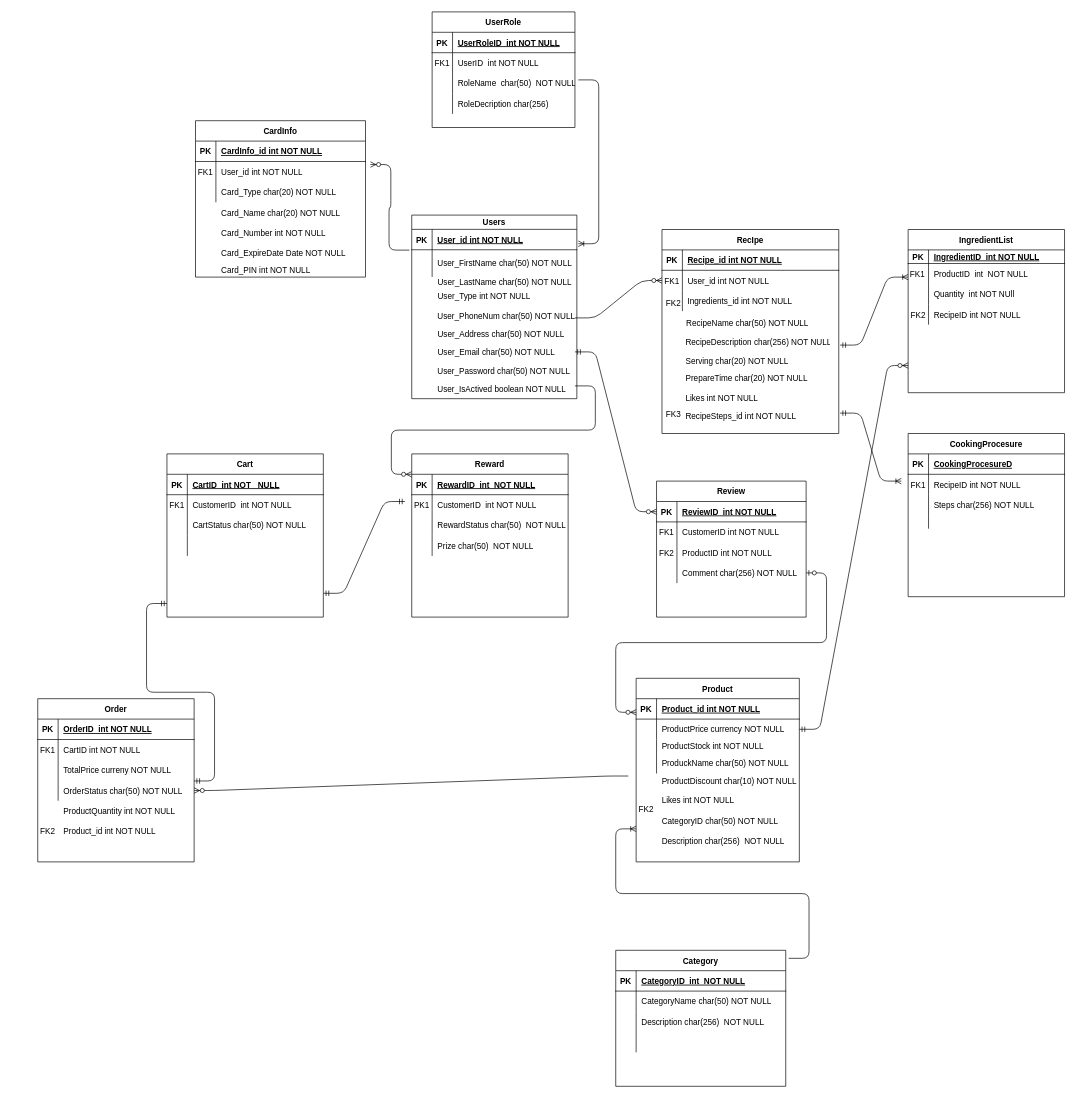
The draw.io diagram page "Page-1" (1 of 2) of ERD.drawio in Wavergg/721SoftwareEngineering, before the edit. Source tidied: cells renumbered, new cells numbered last; positions are measured from the earlier drawing's top-left corner, leaving out a move shared by most shapes. Both pictures are drawn from the tidied source at 68%, with x=0, y=0 at pixel (37, 12).
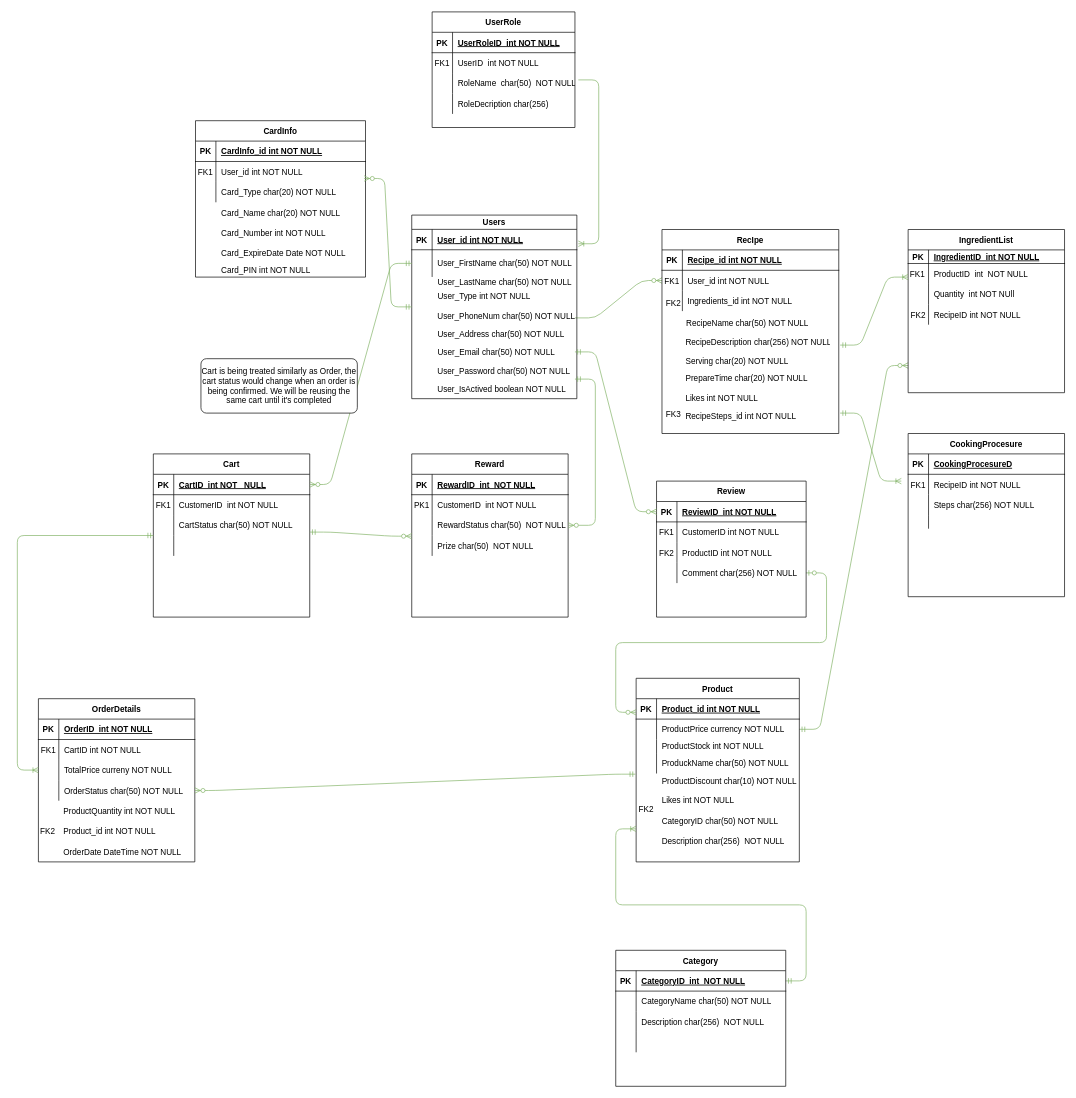
The same diagram, later.

The change refers to these unchanged cells:
```xml
<mxCell id="7" style="shape=partialRectangle;fillColor=none;points=[[0,0.5],[1,0.5]];portConstraint=eastwest;top=0;left=0;right=0;bottom=0;" parent="3" vertex="1">
  <mxGeometry y="60" width="250" height="30" as="geometry" />
</mxCell>
<mxCell id="10" style="shape=partialRectangle;fillColor=none;points=[[0,0.5],[1,0.5]];portConstraint=eastwest;top=0;left=0;right=0;bottom=0;" parent="3" vertex="1">
  <mxGeometry y="90" width="250" height="30" as="geometry" />
</mxCell>
<mxCell id="19" style="group;" parent="1" vertex="1">
  <mxGeometry x="880" y="970" width="270" height="270" as="geometry" />
</mxCell>
<mxCell id="24" style="shape=partialRectangle;fillColor=none;top=0;left=0;bottom=0;right=0;points=[[0,0.5],[1,0.5]];portConstraint=eastwest;" parent="20" vertex="1">
  <mxGeometry y="60" width="240" height="30" as="geometry" />
</mxCell>
<mxCell id="30" style="shape=partialRectangle;fillColor=none;top=0;left=0;bottom=0;right=0;points=[[0,0.5],[1,0.5]];portConstraint=eastwest;" parent="20" vertex="1">
  <mxGeometry y="110" width="240" height="30" as="geometry" />
</mxCell>
<mxCell id="49" style="shape=partialRectangle;fillColor=none;top=0;left=0;bottom=0;right=0;points=[[0,0.5],[1,0.5]];portConstraint=eastwest;" parent="42" vertex="1">
  <mxGeometry y="90" width="230" height="30" as="geometry" />
</mxCell>
<mxCell id="52" style="shape=partialRectangle;fillColor=none;top=0;left=0;bottom=0;right=0;points=[[0,0.5],[1,0.5]];portConstraint=eastwest;" parent="42" vertex="1">
  <mxGeometry y="120" width="230" height="30" as="geometry" />
</mxCell>
<mxCell id="95" style="shape=partialRectangle;fillColor=none;top=0;left=0;bottom=0;right=0;points=[[0,0.5],[1,0.5]];portConstraint=eastwest;" parent="88" vertex="1">
  <mxGeometry y="90" width="230" height="30" as="geometry" />
</mxCell>
<mxCell id="102" style="shape=partialRectangle;fillColor=none;top=0;left=0;bottom=1;right=0;points=[[0,0.5],[1,0.5]];portConstraint=eastwest;" parent="101" vertex="1">
  <mxGeometry y="30" width="230" height="30" as="geometry" />
</mxCell>
<mxCell id="118" value="Users" style="shape=table;startSize=21;childLayout=tableLayout;rowLines=0;fontStyle=1;align=center;" parent="116" vertex="1">
  <mxGeometry width="242.8" height="270" as="geometry" />
</mxCell>
<mxCell id="122" style="shape=partialRectangle;fillColor=none;points=[[0,0.5],[1,0.5]];portConstraint=eastwest;top=0;left=0;right=0;bottom=0;" parent="118" vertex="1">
  <mxGeometry y="51" width="242.8" height="40" as="geometry" />
</mxCell>
<mxCell id="131" value="Category" style="shape=table;startSize=30;childLayout=tableLayout;rowLines=0;fontStyle=1;align=center;" parent="1" vertex="1">
  <mxGeometry x="850" y="1380" width="250" height="200" as="geometry" />
</mxCell>
<mxCell id="132" style="shape=partialRectangle;fillColor=none;top=0;left=0;bottom=1;right=0;points=[[0,0.5],[1,0.5]];portConstraint=eastwest;" parent="131" vertex="1">
  <mxGeometry y="30" width="250" height="30" as="geometry" />
</mxCell>
<mxCell id="153" style="shape=partialRectangle;fillColor=none;points=[[0,0.5],[1,0.5]];portConstraint=eastwest;top=0;left=0;right=0;bottom=0;" parent="149" vertex="1">
  <mxGeometry y="60" width="260" height="30" as="geometry" />
</mxCell>
<mxCell id="183" style="shape=partialRectangle;fillColor=none;top=0;left=0;bottom=1;right=0;points=[[0,0.5],[1,0.5]];portConstraint=eastwest;" parent="182" vertex="1">
  <mxGeometry y="30" width="220" height="30" as="geometry" />
</mxCell>
<mxCell id="192" style="shape=partialRectangle;fillColor=none;top=0;left=0;bottom=0;right=0;points=[[0,0.5],[1,0.5]];portConstraint=eastwest;" parent="182" vertex="1">
  <mxGeometry y="120" width="220" height="30" as="geometry" />
</mxCell>
```

The edit, as a diff of the source:
```diff
@@
-    <mxCell id="17" style="edgeStyle=entityRelationEdgeStyle;fontSize=12;html=1;endArrow=ERzeroToMany;endFill=1;entryX=0;entryY=0.5;entryDx=0;entryDy=0;" parent="1" edge="1" target="153">
+    <mxCell id="17" style="edgeStyle=entityRelationEdgeStyle;fontSize=12;html=1;endArrow=ERzeroToMany;endFill=1;entryX=0;entryY=0.5;entryDx=0;entryDy=0;fillColor=#d5e8d4;strokeColor=#82b366;" parent="1" edge="1" target="153">
       <mxGeometry relative="1" as="geometry">
         <mxPoint x="790" y="450" as="sourcePoint" />
       </mxGeometry>
     </mxCell>
-    <mxCell id="18" style="edgeStyle=entityRelationEdgeStyle;fontSize=12;html=1;endArrow=ERzeroToMany;startArrow=ERmandOne;exitX=1;exitY=0.5;exitDx=0;exitDy=0;" parent="1" edge="1" source="24">
+    <mxCell id="18" style="edgeStyle=entityRelationEdgeStyle;fontSize=12;html=1;endArrow=ERzeroToMany;startArrow=ERmandOne;exitX=1;exitY=0.5;exitDx=0;exitDy=0;fillColor=#d5e8d4;strokeColor=#82b366;" parent="1" edge="1" source="24">
       <mxGeometry relative="1" as="geometry">
         <mxPoint x="1280" y="520" as="targetPoint" />
       </mxGeometry>
     </mxCell>
@@
-    <mxCell id="37" style="edgeStyle=entityRelationEdgeStyle;fontSize=12;html=1;endArrow=ERoneToMany;exitX=1.017;exitY=0.059;exitDx=0;exitDy=0;exitPerimeter=0;" parent="19" edge="1" source="131">
+    <mxCell id="37" style="edgeStyle=entityRelationEdgeStyle;fontSize=12;html=1;endArrow=ERoneToMany;exitX=1;exitY=0.5;exitDx=0;exitDy=0;fillColor=#d5e8d4;strokeColor=#82b366;startArrow=ERmandOne;startFill=0;" parent="19" edge="1" source="132">
       <mxGeometry relative="1" as="geometry">
         <mxPoint y="231.4" as="targetPoint" />
       </mxGeometry>
     </mxCell>
@@
-    <mxCell id="40" style="edgeStyle=entityRelationEdgeStyle;fontSize=12;html=1;endArrow=ERzeroToMany;startArrow=ERzeroToOne;exitX=1;exitY=0.5;exitDx=0;exitDy=0;" parent="19" edge="1" source="192">
+    <mxCell id="40" style="edgeStyle=entityRelationEdgeStyle;fontSize=12;html=1;endArrow=ERzeroToMany;startArrow=ERzeroToOne;exitX=1;exitY=0.5;exitDx=0;exitDy=0;fillColor=#d5e8d4;strokeColor=#82b366;" parent="19" edge="1" source="192">
       <mxGeometry relative="1" as="geometry">
         <mxPoint y="60" as="targetPoint" />
       </mxGeometry>
     </mxCell>
-    <mxCell id="41" style="edgeStyle=entityRelationEdgeStyle;fontSize=12;html=1;endArrow=ERzeroToMany;endFill=1;entryX=1.029;entryY=0.149;entryDx=0;entryDy=0;exitX=-0.014;exitY=0.013;exitDx=0;exitDy=0;exitPerimeter=0;entryPerimeter=0;" parent="1" edge="1" source="122" target="7">
-      <mxGeometry relative="1" as="geometry">
-        <Array as="points">
-          <mxPoint x="490" y="450" />
-        </Array>
-      </mxGeometry>
-    </mxCell>
-    <mxCell id="42" value="Order" style="shape=table;startSize=30;childLayout=tableLayout;rowLines=0;fontStyle=1;align=center;" parent="1" vertex="1">
-      <mxGeometry y="1010" width="230" height="240" as="geometry" />
+    <mxCell id="42" value="OrderDetails" style="shape=table;startSize=30;childLayout=tableLayout;rowLines=0;fontStyle=1;align=center;" parent="1" vertex="1">
+      <mxGeometry x="1" y="1010" width="230" height="240" as="geometry" />
     </mxCell>
@@
-    <mxCell id="83" style="edgeStyle=entityRelationEdgeStyle;fontSize=12;html=1;endArrow=ERoneToMany;startArrow=ERmandOne;" parent="1" edge="1">
+    <mxCell id="83" style="edgeStyle=entityRelationEdgeStyle;fontSize=12;html=1;endArrow=ERoneToMany;startArrow=ERmandOne;fillColor=#d5e8d4;strokeColor=#82b366;" parent="1" edge="1">
       <mxGeometry relative="1" as="geometry">
         <mxPoint x="1180" y="490" as="sourcePoint" />
         <mxPoint x="1280" y="390" as="targetPoint" />
       </mxGeometry>
     </mxCell>
-    <mxCell id="84" style="edgeStyle=entityRelationEdgeStyle;fontSize=12;html=1;endArrow=ERoneToMany;startArrow=ERmandOne;" parent="1" edge="1">
+    <mxCell id="84" style="edgeStyle=entityRelationEdgeStyle;fontSize=12;html=1;endArrow=ERoneToMany;startArrow=ERmandOne;fillColor=#d5e8d4;strokeColor=#82b366;" parent="1" edge="1">
       <mxGeometry relative="1" as="geometry">
         <mxPoint x="1180" y="590" as="sourcePoint" />
         <mxPoint x="1270" y="690" as="targetPoint" />
       </mxGeometry>
     </mxCell>
@@
-    <mxCell id="87" style="edgeStyle=entityRelationEdgeStyle;fontSize=12;html=1;endArrow=ERzeroToMany;endFill=1;" parent="1" edge="1">
-      <mxGeometry relative="1" as="geometry">
-        <mxPoint x="790" y="550" as="sourcePoint" />
-        <mxPoint x="550" y="680" as="targetPoint" />
-      </mxGeometry>
-    </mxCell>
@@
     <mxCell id="101" value="Cart" style="shape=table;startSize=30;childLayout=tableLayout;rowLines=0;fontStyle=1;align=center;" parent="1" vertex="1">
-      <mxGeometry x="190" y="650" width="230" height="240" as="geometry" />
+      <mxGeometry x="170" y="650" width="230" height="240" as="geometry" />
     </mxCell>
@@
-    <mxCell id="114" style="edgeStyle=entityRelationEdgeStyle;fontSize=12;html=1;endArrow=ERmandOne;startArrow=ERmandOne;" parent="1" edge="1">
-      <mxGeometry relative="1" as="geometry">
-        <mxPoint x="420" y="855" as="sourcePoint" />
-        <mxPoint x="540" y="720" as="targetPoint" />
-      </mxGeometry>
-    </mxCell>
-    <mxCell id="115" style="edgeStyle=entityRelationEdgeStyle;fontSize=12;html=1;endArrow=ERmandOne;startArrow=ERmandOne;" parent="1" edge="1">
-      <mxGeometry relative="1" as="geometry">
-        <mxPoint x="230" y="1131" as="sourcePoint" />
-        <mxPoint x="190" y="870" as="targetPoint" />
-      </mxGeometry>
-    </mxCell>
@@
-    <mxCell id="180" style="edgeStyle=entityRelationEdgeStyle;fontSize=12;html=1;endArrow=ERoneToMany;entryX=1.009;entryY=-0.221;entryDx=0;entryDy=0;entryPerimeter=0;" parent="1" edge="1" target="122">
+    <mxCell id="180" style="edgeStyle=entityRelationEdgeStyle;fontSize=12;html=1;endArrow=ERoneToMany;entryX=1.009;entryY=-0.221;entryDx=0;entryDy=0;entryPerimeter=0;fillColor=#d5e8d4;strokeColor=#82b366;" parent="1" edge="1" target="122">
       <mxGeometry relative="1" as="geometry">
         <mxPoint x="795" y="100" as="sourcePoint" />
       </mxGeometry>
     </mxCell>
-    <mxCell id="181" style="edgeStyle=entityRelationEdgeStyle;fontSize=12;html=1;endArrow=ERzeroToMany;endFill=1;entryX=1;entryY=0.5;entryDx=0;entryDy=0;exitX=-0.048;exitY=1.124;exitDx=0;exitDy=0;exitPerimeter=0;" parent="1" edge="1" source="30" target="52">
+    <mxCell id="181" style="edgeStyle=entityRelationEdgeStyle;fontSize=12;html=1;endArrow=ERzeroToMany;endFill=1;entryX=1;entryY=0.5;entryDx=0;entryDy=0;exitX=-0.004;exitY=1.033;exitDx=0;exitDy=0;exitPerimeter=0;startArrow=ERmandOne;startFill=0;fillColor=#d5e8d4;strokeColor=#82b366;" parent="1" edge="1" source="30" target="52">
       <mxGeometry relative="1" as="geometry" />
     </mxCell>
@@
-    <mxCell id="195" style="edgeStyle=entityRelationEdgeStyle;fontSize=12;html=1;endArrow=ERzeroToMany;startArrow=ERmandOne;entryX=0;entryY=0.5;entryDx=0;entryDy=0;" parent="1" edge="1" target="183">
+    <mxCell id="195" style="edgeStyle=entityRelationEdgeStyle;fontSize=12;html=1;endArrow=ERzeroToMany;startArrow=ERmandOne;entryX=0;entryY=0.5;entryDx=0;entryDy=0;fillColor=#d5e8d4;strokeColor=#82b366;" parent="1" edge="1" target="183">
       <mxGeometry relative="1" as="geometry">
         <mxPoint x="790" y="500" as="sourcePoint" />
       </mxGeometry>
     </mxCell>
+    <mxCell id="196" style="edgeStyle=entityRelationEdgeStyle;fontSize=12;html=1;endArrow=ERzeroToMany;startArrow=ERmandOne;entryX=1;entryY=0.5;entryDx=0;entryDy=0;fillColor=#d5e8d4;strokeColor=#82b366;" parent="1" edge="1" target="95">
+      <mxGeometry relative="1" as="geometry">
+        <mxPoint x="790" y="540" as="sourcePoint" />
+      </mxGeometry>
+    </mxCell>
+    <mxCell id="197" style="edgeStyle=entityRelationEdgeStyle;fontSize=12;html=1;endArrow=ERzeroToMany;startArrow=ERmandOne;entryX=0.992;entryY=-0.167;entryDx=0;entryDy=0;entryPerimeter=0;exitX=0;exitY=0.5;exitDx=0;exitDy=0;fillColor=#d5e8d4;strokeColor=#82b366;" parent="1" edge="1" source="118" target="10">
+      <mxGeometry relative="1" as="geometry" />
+    </mxCell>
+    <mxCell id="198" style="edgeStyle=entityRelationEdgeStyle;fontSize=12;html=1;endArrow=ERzeroToMany;startArrow=ERmandOne;fillColor=#d5e8d4;strokeColor=#82b366;" parent="1" edge="1">
+      <mxGeometry relative="1" as="geometry">
+        <mxPoint x="400" y="765" as="sourcePoint" />
+        <mxPoint x="550" y="771" as="targetPoint" />
+      </mxGeometry>
+    </mxCell>
+    <mxCell id="199" style="edgeStyle=entityRelationEdgeStyle;fontSize=12;html=1;endArrow=ERzeroToMany;startArrow=ERmandOne;entryX=1;entryY=0.5;entryDx=0;entryDy=0;exitX=0;exitY=0.5;exitDx=0;exitDy=0;fillColor=#d5e8d4;strokeColor=#82b366;" parent="1" edge="1" source="122" target="102">
+      <mxGeometry relative="1" as="geometry" />
+    </mxCell>
+    <mxCell id="200" value="Cart is being treated similarly as Order, the cart status would change when an order is being confirmed. We will be reusing the same cart until it's completed" style="rounded=1;arcSize=10;whiteSpace=wrap;html=1;align=center;" parent="1" vertex="1">
+      <mxGeometry x="240" y="510" width="230" height="80" as="geometry" />
+    </mxCell>
+    <mxCell id="201" style="fontSize=12;html=1;endArrow=ERoneToMany;startArrow=ERmandOne;entryX=0;entryY=0.5;entryDx=0;entryDy=0;exitX=0;exitY=0.5;exitDx=0;exitDy=0;fillColor=#d5e8d4;strokeColor=#82b366;edgeStyle=elbowEdgeStyle;" parent="1" edge="1" source="101" target="49">
+      <mxGeometry relative="1" as="geometry">
+        <Array as="points">
+          <mxPoint x="-30" y="860" />
+        </Array>
+      </mxGeometry>
+    </mxCell>
+    <mxCell id="202" value="OrderDate DateTime NOT NULL" style="shape=partialRectangle;fillColor=none;top=0;left=0;bottom=0;right=0;align=left;spacingLeft=6;overflow=hidden;" parent="1" vertex="1">
+      <mxGeometry x="30" y="1220" width="200" height="30" as="geometry" />
+    </mxCell>
```
